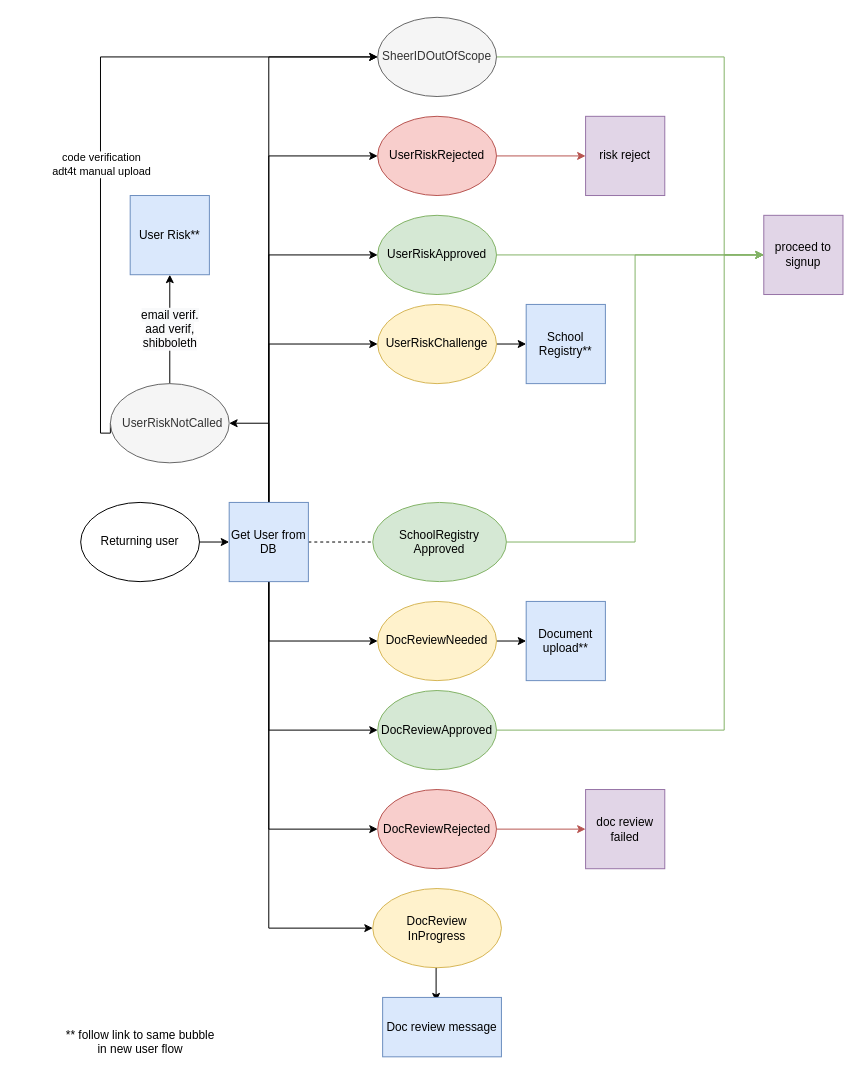
Above: Untitled Diagram.drawio in sauravbhattacharya001/sauravbhattacharya001 (draw.io), before the change. Source tidied: cells renumbered, new cells numbered last; positions are measured from the earlier drawing's top-left corner, leaving out a move shared by most shapes. Both pictures are drawn from the tidied source at 99%, with x=0, y=0 at pixel (55, 17).
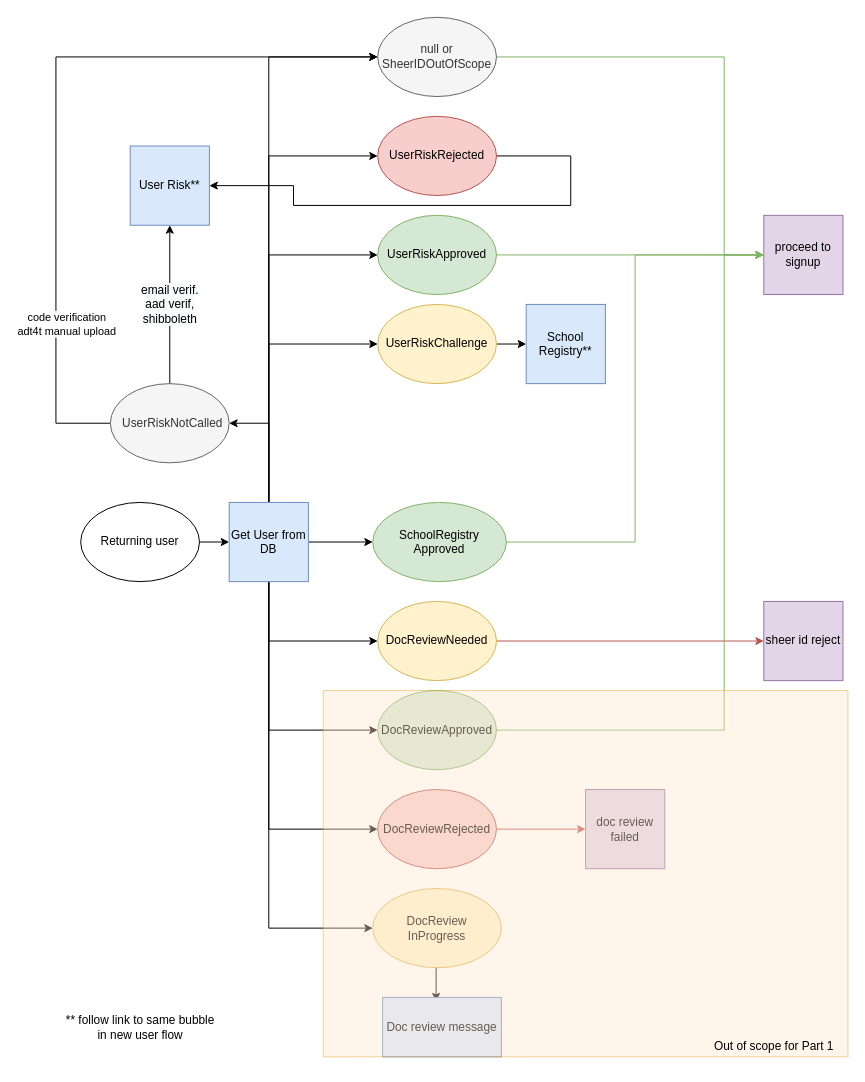
The same page after the edit.

The change refers to these unchanged cells:
```xml
<mxCell id="5" value="UserRiskRejected" style="ellipse;whiteSpace=wrap;html=1;fillColor=#f8cecc;strokeColor=#b85450;" parent="1" vertex="1">
  <mxGeometry x="325" y="100" width="120" height="80" as="geometry" />
</mxCell>
<mxCell id="14" value="SchoolRegistry&lt;br&gt;Approved" style="ellipse;whiteSpace=wrap;html=1;fillColor=#d5e8d4;strokeColor=#82b366;" parent="1" vertex="1">
  <mxGeometry x="320" y="490" width="135" height="80" as="geometry" />
</mxCell>
<mxCell id="16" value="DocReviewNeeded" style="ellipse;whiteSpace=wrap;html=1;fillColor=#fff2cc;strokeColor=#d6b656;" parent="1" vertex="1">
  <mxGeometry x="325" y="590" width="120" height="80" as="geometry" />
</mxCell>
<mxCell id="36" value="Get User from DB" style="whiteSpace=wrap;html=1;fillColor=#dae8fc;strokeColor=#6c8ebf;" parent="1" vertex="1">
  <mxGeometry x="175" y="490" width="80" height="80" as="geometry" />
</mxCell>
<mxCell id="40" value="&lt;p class=&quot;MsoListParagraph&quot; style=&quot;text-indent: -0.25in&quot;&gt;&amp;nbsp; &amp;nbsp; &amp;nbsp; &amp;nbsp; &amp;nbsp;UserRiskNotCalled&lt;/p&gt;" style="ellipse;whiteSpace=wrap;html=1;fillColor=#f5f5f5;strokeColor=#666666;fontColor=#333333;" parent="1" vertex="1">
  <mxGeometry x="55" y="370" width="120" height="80" as="geometry" />
</mxCell>
```

Diff of the diagram source:
```diff
@@
-    <mxCell id="3" value="SheerIDOutOfScope&lt;br&gt;" style="ellipse;whiteSpace=wrap;html=1;fillColor=#f5f5f5;strokeColor=#666666;fontColor=#333333;" parent="1" vertex="1">
+    <mxCell id="3" value="null or SheerIDOutOfScope" style="ellipse;whiteSpace=wrap;html=1;fillColor=#f5f5f5;strokeColor=#666666;fontColor=#333333;" parent="1" vertex="1">
       <mxGeometry x="325" width="120" height="80" as="geometry" />
     </mxCell>
-    <mxCell id="4" style="edgeStyle=orthogonalEdgeStyle;rounded=0;jettySize=auto;html=1;exitX=1;exitY=0.5;exitDx=0;exitDy=0;entryX=0;entryY=0.5;entryDx=0;entryDy=0;fillColor=#f8cecc;strokeColor=#b85450;" parent="1" edge="1" source="5" target="24">
-      <mxGeometry relative="1" as="geometry" />
-    </mxCell>
+    <mxCell id="45" style="edgeStyle=orthogonalEdgeStyle;rounded=0;jettySize=auto;html=1;exitX=1;exitY=0.5;exitDx=0;exitDy=0;entryX=1;entryY=0.5;entryDx=0;entryDy=0;endArrow=classic;endFill=1;" parent="1" edge="1" source="5" target="41">
+      <mxGeometry relative="1" as="geometry">
+        <Array as="points">
+          <mxPoint x="520" y="140" />
+          <mxPoint x="520" y="190" />
+          <mxPoint x="240" y="190" />
+          <mxPoint x="240" y="170" />
+        </Array>
+      </mxGeometry>
+    </mxCell>
@@
-    <mxCell id="15" style="edgeStyle=orthogonalEdgeStyle;rounded=0;jettySize=auto;html=1;exitX=1;exitY=0.5;exitDx=0;exitDy=0;entryX=0;entryY=0.5;entryDx=0;entryDy=0;endArrow=classic;endFill=1;" parent="1" edge="1" source="16" target="43">
+    <mxCell id="15" style="edgeStyle=orthogonalEdgeStyle;rounded=0;jettySize=auto;html=1;exitX=1;exitY=0.5;exitDx=0;exitDy=0;entryX=0;entryY=0.5;entryDx=0;entryDy=0;endArrow=classic;endFill=1;fillColor=#f8cecc;strokeColor=#b85450;" parent="1" edge="1" source="16" target="43">
       <mxGeometry relative="1" as="geometry" />
     </mxCell>
@@
-    <mxCell id="24" value="risk reject" style="whiteSpace=wrap;html=1;fillColor=#e1d5e7;strokeColor=#9673a6;" parent="1" vertex="1">
-      <mxGeometry x="535" y="100" width="80" height="80" as="geometry" />
-    </mxCell>
@@
-    <mxCell id="35" style="edgeStyle=orthogonalEdgeStyle;rounded=0;jettySize=auto;html=1;exitX=1;exitY=0.5;exitDx=0;exitDy=0;entryX=0;entryY=0.5;entryDx=0;entryDy=0;dashed=1;endArrow=none;endFill=0;" parent="1" edge="1" source="36" target="14">
+    <mxCell id="35" style="edgeStyle=orthogonalEdgeStyle;rounded=0;jettySize=auto;html=1;exitX=1;exitY=0.5;exitDx=0;exitDy=0;entryX=0;entryY=0.5;entryDx=0;entryDy=0;endArrow=classic;endFill=1;" parent="1" edge="1" source="36" target="14">
       <mxGeometry relative="1" as="geometry" />
     </mxCell>
@@
     <mxCell id="37" style="edgeStyle=orthogonalEdgeStyle;rounded=0;jettySize=auto;html=1;exitX=0;exitY=0.5;exitDx=0;exitDy=0;entryX=0;entryY=0.5;entryDx=0;entryDy=0;" parent="1" edge="1" source="40" target="3">
       <mxGeometry relative="1" as="geometry">
         <Array as="points">
-          <mxPoint x="45" y="420" />
-          <mxPoint x="45" y="40" />
+          <mxPoint y="410" />
+          <mxPoint y="40" />
         </Array>
       </mxGeometry>
     </mxCell>
     <mxCell id="38" value="code verification&lt;br&gt;adt4t manual upload" style="edgeLabel;html=1;align=center;verticalAlign=middle;" parent="37" vertex="1">
-      <mxGeometry x="-0.14" relative="1" as="geometry" />
+      <mxGeometry x="-0.14" relative="1" as="geometry">
+        <mxPoint x="10" y="167" as="offset" />
+      </mxGeometry>
     </mxCell>
@@
     <mxCell id="41" value="User Risk**" style="whiteSpace=wrap;html=1;fillColor=#dae8fc;strokeColor=#6c8ebf;" parent="1" vertex="1">
-      <mxGeometry x="75" y="180" width="80" height="80" as="geometry" />
+      <mxGeometry x="75" y="130" width="80" height="80" as="geometry" />
     </mxCell>
@@
-    <mxCell id="43" value="Document upload**" style="whiteSpace=wrap;html=1;fillColor=#dae8fc;strokeColor=#6c8ebf;" parent="1" vertex="1">
-      <mxGeometry x="475" y="590" width="80" height="80" as="geometry" />
+    <mxCell id="43" value="sheer id reject" style="whiteSpace=wrap;html=1;fillColor=#e1d5e7;strokeColor=#9673a6;" parent="1" vertex="1">
+      <mxGeometry x="715" y="590" width="80" height="80" as="geometry" />
     </mxCell>
     <mxCell id="44" value="** follow link to same&amp;nbsp;bubble &lt;br&gt;in new user flow" style="text;html=1;align=center;verticalAlign=middle;strokeColor=none;fillColor=none;" parent="1" vertex="1">
-      <mxGeometry y="1020" width="170" height="30" as="geometry" />
+      <mxGeometry y="1005" width="170" height="30" as="geometry" />
     </mxCell>
+    <mxCell id="46" style="rounded=0;whiteSpace=wrap;html=1;fillColor=#ffe6cc;strokeColor=#d79b00;opacity=40;" parent="1" vertex="1">
+      <mxGeometry x="270" y="680" width="530" height="370" as="geometry" />
+    </mxCell>
+    <mxCell id="47" value="Out of scope for Part 1" style="text;html=1;align=center;verticalAlign=middle;strokeColor=none;fillColor=none;" parent="1" vertex="1">
+      <mxGeometry x="655" y="1030" width="140" height="20" as="geometry" />
+    </mxCell>
+    <mxCell id="48" style="edgeStyle=orthogonalEdgeStyle;rounded=0;orthogonalLoop=1;jettySize=auto;html=1;exitX=0.5;exitY=1;exitDx=0;exitDy=0;endArrow=classic;endFill=1;" parent="1" edge="1" source="46" target="46">
+      <mxGeometry relative="1" as="geometry" />
+    </mxCell>
```
